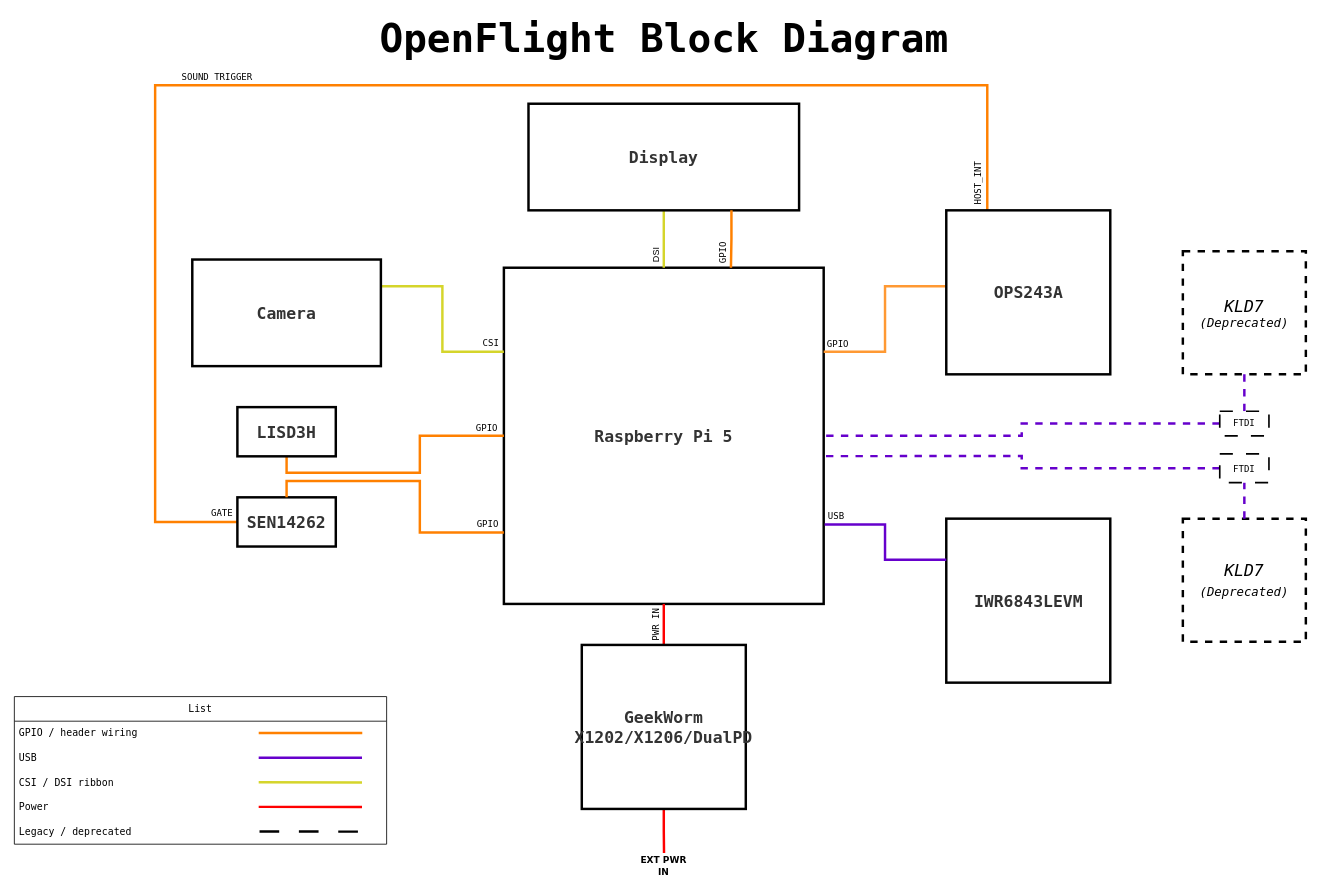
Above: docs/OpenFlight_Block_Diagram.drawio in Robinante/OpenFlight-Radar-Workbench (draw.io), before the change. Source tidied: cells renumbered, new cells numbered last; positions are measured from the earlier drawing's top-left corner, leaving out a move shared by most shapes. Both pictures are drawn from the tidied source at 82%, with x=0, y=0 at pixel (14, 25).
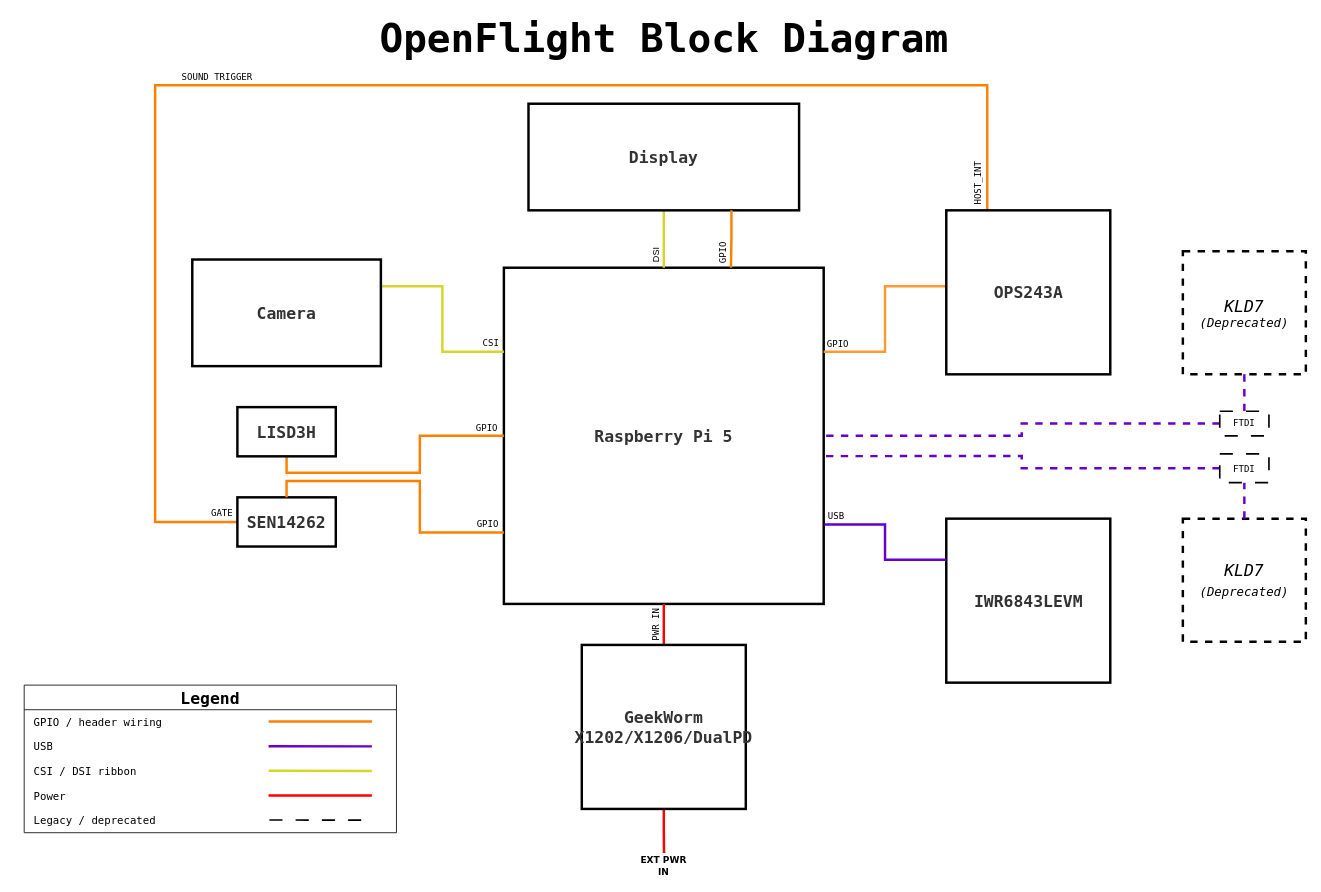
The same page after the edit.

Commit message:
Legend complete

Change to the diagram source:
```diff
@@
-    <mxCell id="41" value="List" style="swimlane;fontStyle=0;horizontal=1;startSize=30;whiteSpace=wrap;html=1;fontFamily=Lucida Console;" parent="1" vertex="1">
-      <mxGeometry y="818" width="454" height="180" as="geometry" />
+    <mxCell id="41" value="&lt;b&gt;&lt;font style=&quot;font-size: 20px;&quot;&gt;Legend&lt;/font&gt;&lt;/b&gt;" style="swimlane;fontStyle=0;horizontal=1;startSize=30;whiteSpace=wrap;html=1;fontFamily=Lucida Console;groupPadding=0;" parent="1" vertex="1">
+      <mxGeometry x="12" y="804" width="454" height="180" as="geometry" />
     </mxCell>
@@
-    <mxCell id="43" value="&lt;span&gt;GPIO / header wiring&lt;/span&gt;" style="text;strokeColor=none;fillColor=none;align=left;verticalAlign=middle;spacingLeft=4;spacingRight=4;overflow=hidden;whiteSpace=wrap;html=1;fontFamily=Lucida Console;" parent="41" vertex="1">
+    <mxCell id="43" value="&lt;div align=&quot;left&quot; style=&quot;padding-left: 5px;&quot;&gt;&lt;span&gt;GPIO / header wiring&lt;/span&gt;&lt;/div&gt;" style="text;strokeColor=none;fillColor=none;align=left;verticalAlign=middle;spacingLeft=5;spacingRight=4;overflow=hidden;whiteSpace=wrap;html=1;fontFamily=Lucida Console;fontSize=13;" parent="41" vertex="1">
       <mxGeometry y="30" width="454" height="30" as="geometry" />
     </mxCell>
-    <mxCell id="44" value="&lt;span&gt;USB&lt;/span&gt;" style="text;strokeColor=none;fillColor=none;align=left;verticalAlign=middle;spacingLeft=4;spacingRight=4;overflow=hidden;whiteSpace=wrap;html=1;fontFamily=Lucida Console;" parent="41" vertex="1">
+    <mxCell id="44" value="&lt;span&gt;USB&lt;/span&gt;" style="text;strokeColor=none;fillColor=none;align=left;verticalAlign=middle;spacingLeft=10;spacingRight=4;overflow=hidden;whiteSpace=wrap;html=1;fontFamily=Lucida Console;fontSize=13;" parent="41" vertex="1">
       <mxGeometry y="60" width="454" height="30" as="geometry" />
     </mxCell>
@@
-    <mxCell id="46" value="&lt;span&gt;CSI / DSI ribbon&lt;/span&gt;" style="text;strokeColor=none;fillColor=none;align=left;verticalAlign=middle;spacingLeft=4;spacingRight=4;overflow=hidden;whiteSpace=wrap;html=1;fontFamily=Lucida Console;" parent="41" vertex="1">
+    <mxCell id="46" value="&lt;span&gt;CSI / DSI ribbon&lt;/span&gt;" style="text;strokeColor=none;fillColor=none;align=left;verticalAlign=middle;spacingLeft=10;spacingRight=4;overflow=hidden;whiteSpace=wrap;html=1;fontFamily=Lucida Console;fontSize=13;" parent="41" vertex="1">
       <mxGeometry y="90" width="454" height="30" as="geometry" />
     </mxCell>
@@
-    <mxCell id="48" value="&lt;span&gt;Power&lt;/span&gt;" style="text;strokeColor=none;fillColor=none;align=left;verticalAlign=middle;spacingLeft=4;spacingRight=4;overflow=hidden;whiteSpace=wrap;html=1;fontFamily=Lucida Console;" parent="41" vertex="1">
+    <mxCell id="48" value="&lt;span&gt;Power&lt;/span&gt;" style="text;strokeColor=none;fillColor=none;align=left;verticalAlign=middle;spacingLeft=10;spacingRight=4;overflow=hidden;whiteSpace=wrap;html=1;fontFamily=Lucida Console;fontSize=13;" parent="41" vertex="1">
       <mxGeometry y="120" width="454" height="30" as="geometry" />
     </mxCell>
@@
-    <mxCell id="50" value="&lt;span&gt;Legacy / deprecated&lt;/span&gt;" style="text;strokeColor=none;fillColor=none;align=left;verticalAlign=middle;spacingLeft=4;spacingRight=4;overflow=hidden;whiteSpace=wrap;html=1;fontFamily=Lucida Console;" parent="41" vertex="1">
+    <mxCell id="50" value="&lt;span&gt;Legacy / deprecated&lt;/span&gt;" style="text;strokeColor=none;fillColor=none;align=left;verticalAlign=middle;spacingLeft=10;spacingRight=4;overflow=hidden;whiteSpace=wrap;html=1;fontFamily=Lucida Console;fontSize=13;" parent="41" vertex="1">
       <mxGeometry y="150" width="454" height="30" as="geometry" />
     </mxCell>
-    <mxCell id="51" style="edgeStyle=none;orthogonalLoop=1;jettySize=auto;html=1;rounded=0;endArrow=none;endFill=0;strokeColor=light-dark(#000000,#000000);strokeWidth=3;entryX=0.939;entryY=0.495;entryDx=0;entryDy=0;entryPerimeter=0;dashed=1;dashPattern=8 8;" parent="41" edge="1">
+    <mxCell id="51" style="edgeStyle=none;orthogonalLoop=1;jettySize=auto;html=1;rounded=0;endArrow=none;endFill=0;strokeColor=light-dark(#000000,#000000);strokeWidth=2;entryX=0.939;entryY=0.495;entryDx=0;entryDy=0;entryPerimeter=0;dashed=1;dashPattern=8 8;fontSize=11;" parent="41" edge="1">
       <mxGeometry relative="1" as="geometry">
         <mxPoint x="299" y="164.5" as="sourcePoint" />
         <mxPoint x="425" y="164.7" as="targetPoint" />
       </mxGeometry>
     </mxCell>
```
